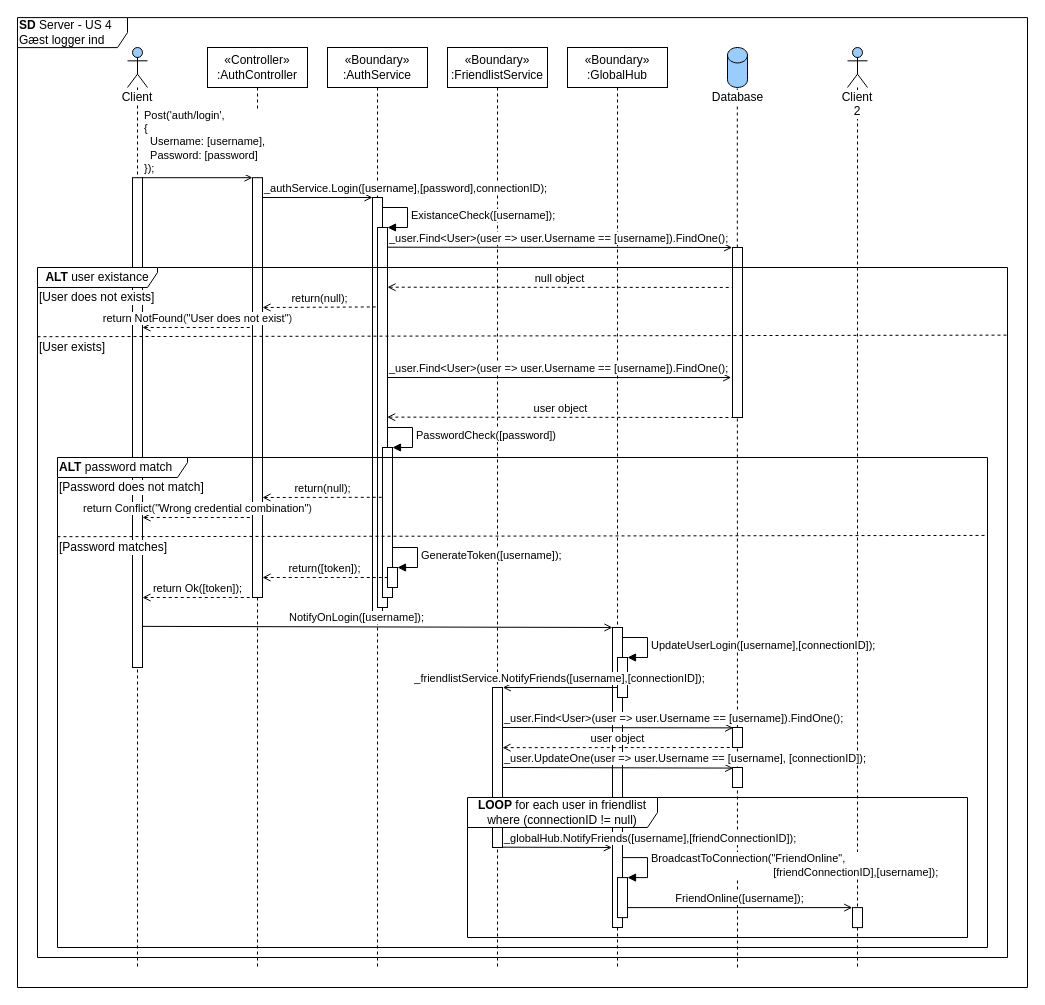
This is page "SD-Server" (2 of 3) of diagrams/arkitektur/US4_login.drawio from Macradon/I7BAC-PlugNPlay, a draw.io file, before an edit. Source tidied: cells renumbered, new cells numbered last; positions are measured from the earlier drawing's top-left corner, leaving out a move shared by most shapes. Both pictures are drawn from the tidied source at 100%, with x=0, y=0 at pixel (17, 17).
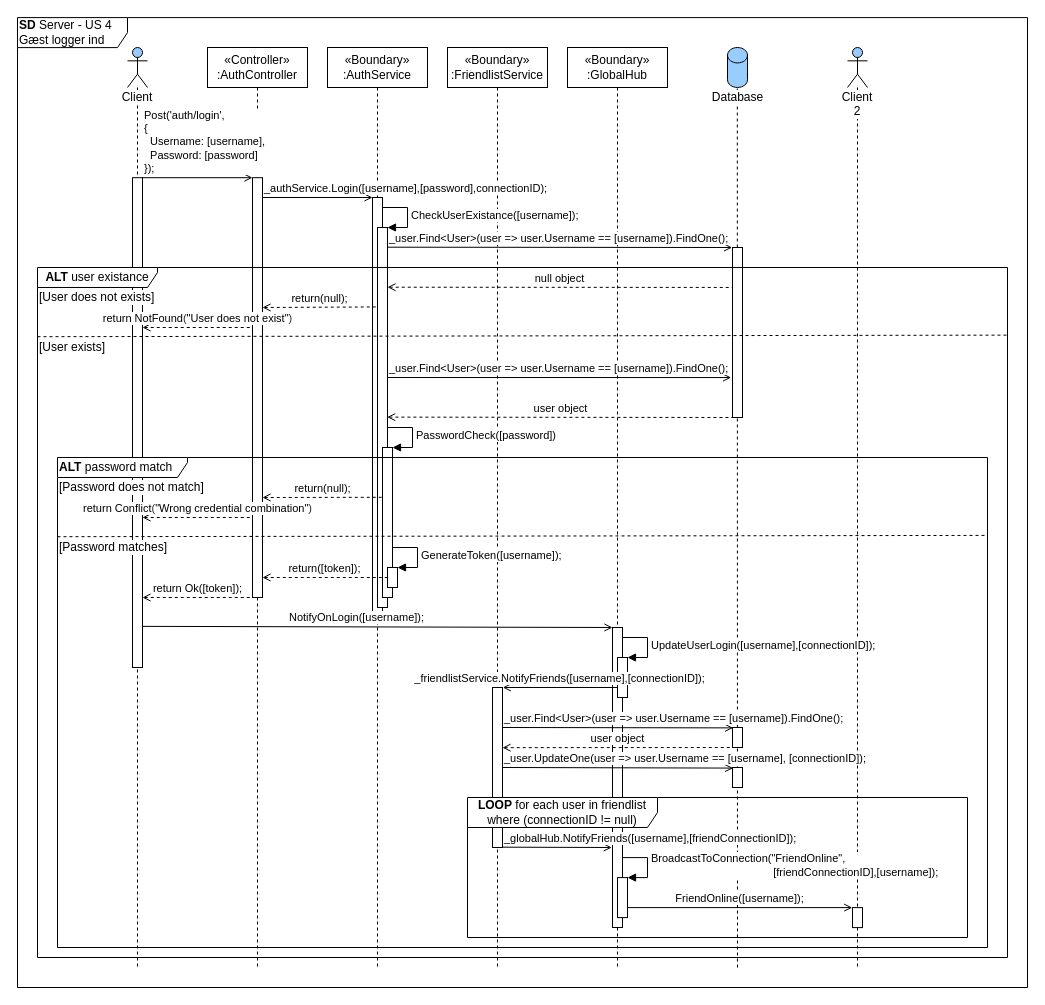
After the change.

Unchanged cells that the change refers to:
```xml
<mxCell id="36" style="html=1;points=[];perimeter=orthogonalPerimeter;align=left;" parent="1" vertex="1">
  <mxGeometry x="360" y="210" width="10" height="380" as="geometry" />
</mxCell>
```

The edit, as a diff of the source:
```diff
@@
-    <mxCell id="13" value="ExistanceCheck([username]);" style="edgeStyle=orthogonalEdgeStyle;html=1;align=left;spacingLeft=2;endArrow=block;rounded=0;entryX=1;entryY=0;" parent="1" edge="1" target="36">
+    <mxCell id="13" value="CheckUserExistance([username]);" style="edgeStyle=orthogonalEdgeStyle;html=1;align=left;spacingLeft=2;endArrow=block;rounded=0;entryX=1;entryY=0;" parent="1" edge="1" target="36">
       <mxGeometry relative="1" as="geometry">
         <mxPoint x="365" y="190" as="sourcePoint" />
         <Array as="points">
           <mxPoint x="390" y="190" />
         </Array>
       </mxGeometry>
     </mxCell>
```
